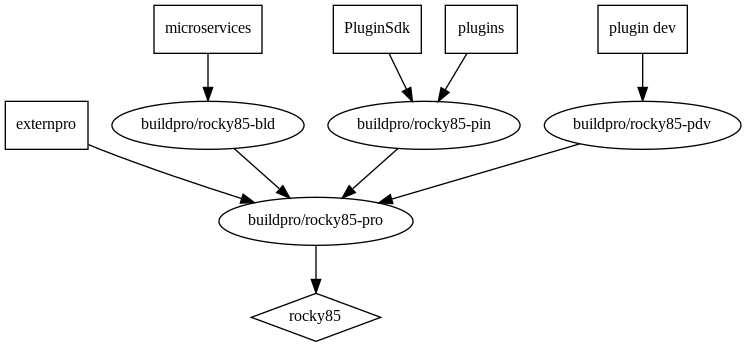
externpro/externpro keeps this Graphviz diagram as graph/graph.png. Above is the earlier version. Its source is kept beside it as graph/graph.dot. Its diagram source:
```dot
digraph GG {
  node [fontsize=12];
  "rocky85" [shape=diamond];
  "externpro" [shape=box];
  "PluginSdk" [shape=box];
  "plugins" [shape=box];
  "plugin dev" [shape=box];
  "microservices" [shape=box];
  "buildpro/rocky85-pro" -> "rocky85";
  "buildpro/rocky85-bld" -> "buildpro/rocky85-pro";
  "buildpro/rocky85-pin" -> "buildpro/rocky85-pro";
  "buildpro/rocky85-pdv" -> "buildpro/rocky85-pro";
  "externpro" -> "buildpro/rocky85-pro";
  "PluginSdk" -> "buildpro/rocky85-pin";
  "plugins" -> "buildpro/rocky85-pin";
  "plugin dev" -> "buildpro/rocky85-pdv";
  "microservices" -> "buildpro/rocky85-bld";
}
```
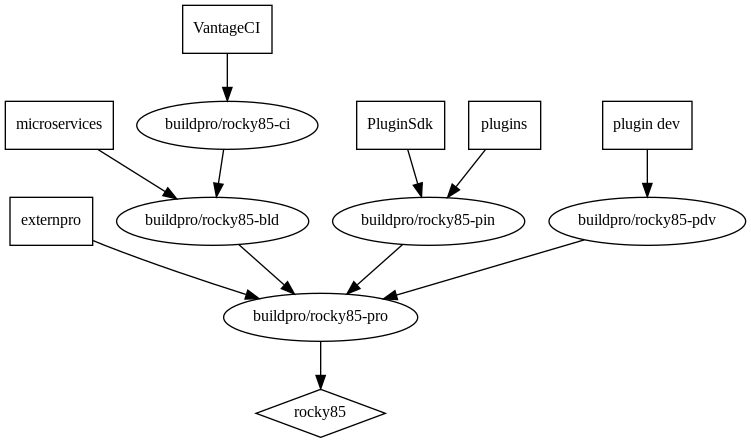
After the change.

Commit message:
graph: introducing rocky85-ci, VantageCI

dot -Tpng -ograph.png graph.dot
added in pull https://github.com/externpro/externpro/pull/80

What changed in the source:
```diff
@@ -6,13 +6,16 @@
   "plugins" [shape=box];
   "plugin dev" [shape=box];
   "microservices" [shape=box];
+  "VantageCI" [shape=box];
   "buildpro/rocky85-pro" -> "rocky85";
   "buildpro/rocky85-bld" -> "buildpro/rocky85-pro";
   "buildpro/rocky85-pin" -> "buildpro/rocky85-pro";
   "buildpro/rocky85-pdv" -> "buildpro/rocky85-pro";
+  "buildpro/rocky85-ci" -> "buildpro/rocky85-bld";
   "externpro" -> "buildpro/rocky85-pro";
   "PluginSdk" -> "buildpro/rocky85-pin";
   "plugins" -> "buildpro/rocky85-pin";
   "plugin dev" -> "buildpro/rocky85-pdv";
   "microservices" -> "buildpro/rocky85-bld";
+  "VantageCI" -> "buildpro/rocky85-ci";
 }
```
